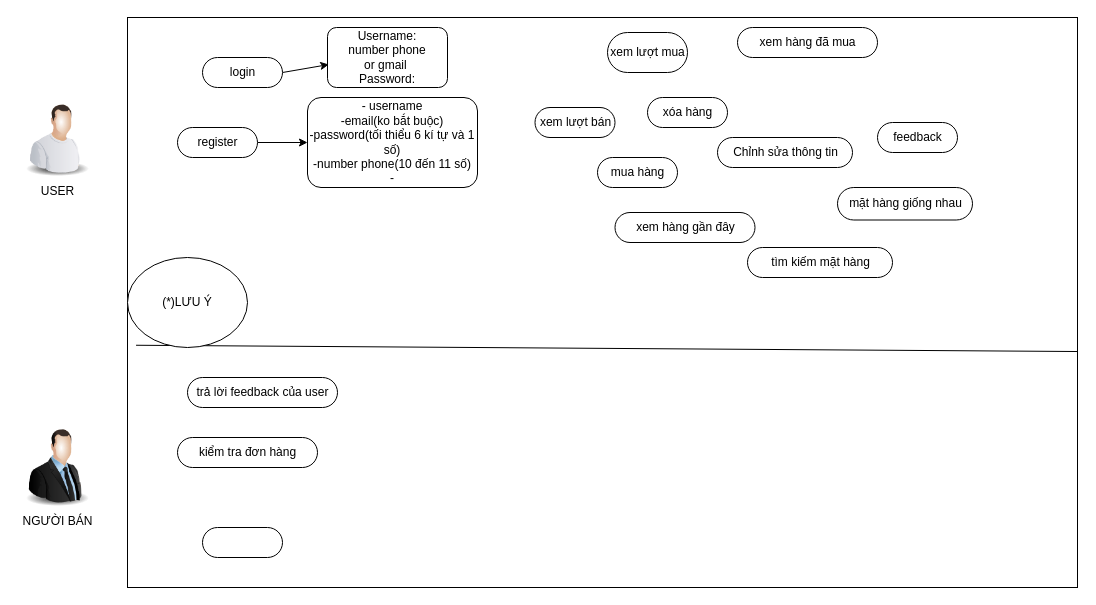
anhtrong-kms/mobile_world keeps this draw.io diagram as ussecase.drawio. Above is the earlier version. Source tidied: cells renumbered, new cells numbered last; positions are measured from the earlier drawing's top-left corner, leaving out a move shared by most shapes. Both pictures are drawn from the tidied source at 100%, with x=0, y=0 at pixel (17, 17).
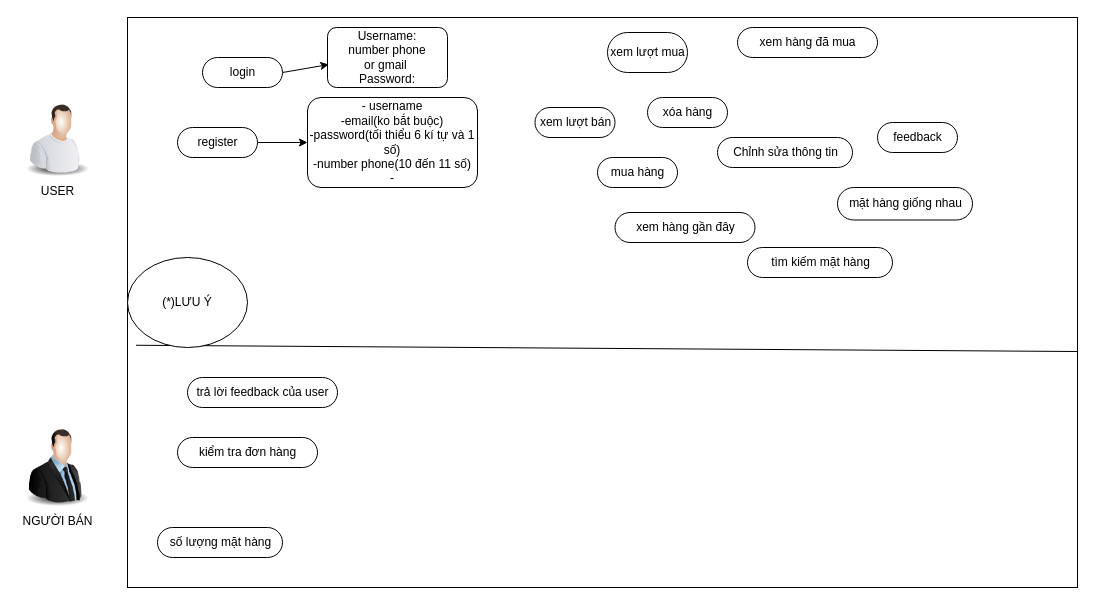
After the change.

What changed in the source:
```diff
@@
-    <mxCell id="14" style="html=1;dashed=0;whitespace=wrap;shape=mxgraph.dfd.start;" parent="1" vertex="1">
-      <mxGeometry x="185" y="510" width="80" height="30" as="geometry" />
+    <mxCell id="14" value="số lượng mặt hàng" style="html=1;dashed=0;whitespace=wrap;shape=mxgraph.dfd.start;" parent="1" vertex="1">
+      <mxGeometry x="140" y="510" width="125" height="30" as="geometry" />
     </mxCell>
```
